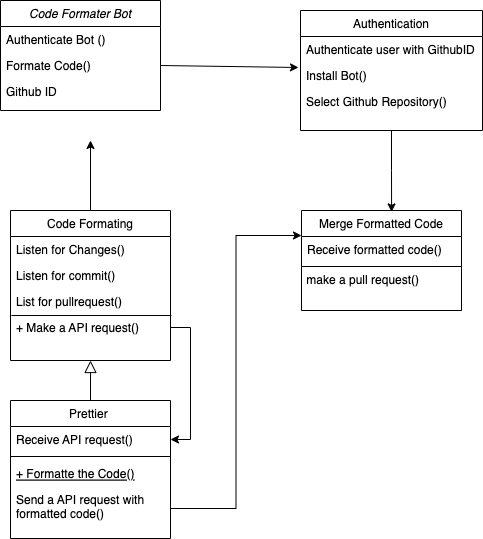
Before: Github_Bot.drawio.png, a diagram exported from draw.io (VikashPR/CodeFormater-Bot). Source tidied: cells renumbered, new cells last; positions are measured from the earlier drawing's top-left corner, leaving out a move shared by most shapes.
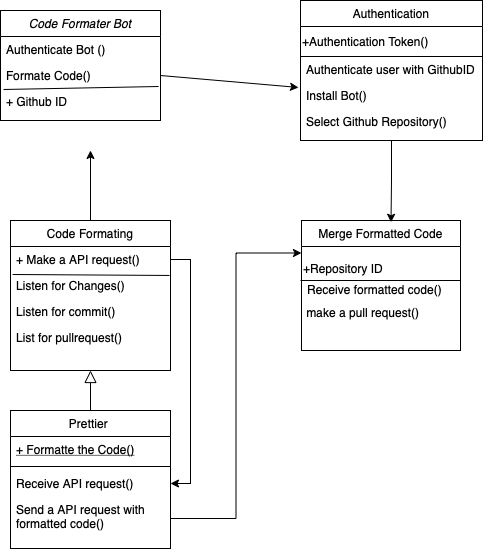
Above is the later version.

What changed in the source:
```diff
@@ -11,21 +11,24 @@
     <mxCell id="4" value="Formate Code()" style="text;align=left;verticalAlign=top;spacingLeft=4;spacingRight=4;overflow=hidden;points=[[0,0.5],[1,0.5]];portConstraint=eastwest;rounded=0;shadow=0;html=0;" parent="2" vertex="1">
       <mxGeometry y="52" width="160" height="26" as="geometry" />
     </mxCell>
-    <mxCell id="5" value="Github ID" style="text;align=left;verticalAlign=top;spacingLeft=4;spacingRight=4;overflow=hidden;points=[[0,0.5],[1,0.5]];portConstraint=eastwest;rounded=0;shadow=0;html=0;" parent="2" vertex="1">
+    <mxCell id="5" value="+ Github ID" style="text;align=left;verticalAlign=top;spacingLeft=4;spacingRight=4;overflow=hidden;points=[[0,0.5],[1,0.5]];portConstraint=eastwest;rounded=0;shadow=0;html=0;" parent="2" vertex="1">
       <mxGeometry y="78" width="160" height="26" as="geometry" />
     </mxCell>
+    <mxCell id="31" style="endArrow=none;html=1;rounded=0;entryX=0.988;entryY=-0.077;entryDx=0;entryDy=0;exitX=0.019;exitY=0.038;exitDx=0;exitDy=0;exitPerimeter=0;entryPerimeter=0;" parent="2" edge="1" source="5" target="5">
+      <mxGeometry relative="1" as="geometry" />
+    </mxCell>
     <mxCell id="6" value="Prettier " style="swimlane;fontStyle=0;align=center;verticalAlign=top;horizontal=1;startSize=26;rounded=0;shadow=0;strokeWidth=1;" parent="1" vertex="1">
       <mxGeometry x="10" y="400" width="160" height="138" as="geometry" />
     </mxCell>
+    <mxCell id="9" value="+ Formatte the Code()" style="text;align=left;verticalAlign=top;spacingLeft=4;spacingRight=4;overflow=hidden;fontStyle=4;" parent="6" vertex="1">
+      <mxGeometry y="26" width="160" height="26" as="geometry" />
+    </mxCell>
+    <mxCell id="8" style="line;html=1;strokeWidth=1;align=left;verticalAlign=middle;spacingTop=-1;spacingLeft=3;spacingRight=3;labelPosition=right;" parent="6" vertex="1">
+      <mxGeometry y="52" width="160" height="8" as="geometry" />
+    </mxCell>
     <mxCell id="7" value="Receive API request()" style="text;align=left;verticalAlign=top;spacingLeft=4;spacingRight=4;overflow=hidden;points=[[0,0.5],[1,0.5]];portConstraint=eastwest;rounded=0;shadow=0;html=0;" parent="6" vertex="1">
-      <mxGeometry y="26" width="160" height="26" as="geometry" />
+      <mxGeometry y="60" width="160" height="26" as="geometry" />
     </mxCell>
-    <mxCell id="8" style="line;html=1;strokeWidth=1;align=left;verticalAlign=middle;spacingTop=-1;spacingLeft=3;spacingRight=3;labelPosition=right;" parent="6" vertex="1">
-      <mxGeometry y="52" width="160" height="8" as="geometry" />
-    </mxCell>
-    <mxCell id="9" value="+ Formatte the Code()" style="text;align=left;verticalAlign=top;spacingLeft=4;spacingRight=4;overflow=hidden;fontStyle=4;" parent="6" vertex="1">
-      <mxGeometry y="60" width="160" height="26" as="geometry" />
-    </mxCell>
     <mxCell id="10" value="Send a API request with &#10;formatted code()" style="text;align=left;verticalAlign=top;spacingLeft=4;spacingRight=4;overflow=hidden;points=[[0,0.5],[1,0.5]];portConstraint=eastwest;" parent="6" vertex="1">
       <mxGeometry y="86" width="160" height="44" as="geometry" />
     </mxCell>
@@ -37,31 +40,45 @@
       </mxGeometry>
     </mxCell>
     <mxCell id="12" value="Merge Formatted Code" style="swimlane;fontStyle=0;align=center;verticalAlign=top;horizontal=1;startSize=26;rounded=0;shadow=0;strokeWidth=1;" parent="1" vertex="1">
-      <mxGeometry x="301" y="210" width="160" height="100" as="geometry" />
+      <mxGeometry x="301" y="210" width="159" height="130" as="geometry" />
     </mxCell>
+    <mxCell id="32" value="&lt;br&gt;+Repository ID&amp;nbsp;" style="text;html=1;align=left;verticalAlign=middle;strokeColor=none;fillColor=none;" parent="12" vertex="1">
+      <mxGeometry y="26" width="159" height="30" as="geometry" />
+    </mxCell>
     <mxCell id="13" value="Receive formatted code()" style="text;align=left;verticalAlign=top;spacingLeft=4;spacingRight=4;overflow=hidden;" parent="12" vertex="1">
-      <mxGeometry y="26" width="160" height="26" as="geometry" />
+      <mxGeometry y="56" width="159" height="26" as="geometry" />
     </mxCell>
-    <mxCell id="14" style="line;html=1;strokeWidth=1;align=left;verticalAlign=middle;spacingTop=-1;spacingLeft=3;spacingRight=3;labelPosition=right;" parent="12" vertex="1">
-      <mxGeometry y="52" width="160" height="8" as="geometry" />
-    </mxCell>
+    <mxCell id="33" style="endArrow=none;html=1;rounded=0;" parent="12" edge="1">
+      <mxGeometry relative="1" as="geometry">
+        <mxPoint x="-1" y="60" as="sourcePoint" />
+        <mxPoint x="159" y="60" as="targetPoint" />
+      </mxGeometry>
+    </mxCell>
     <mxCell id="15" value="&amp;nbsp;make a pull request()" style="text;html=1;align=left;verticalAlign=middle;strokeColor=none;fillColor=none;" parent="12" vertex="1">
-      <mxGeometry y="60" width="160" height="20" as="geometry" />
+      <mxGeometry y="82" width="159" height="20" as="geometry" />
     </mxCell>
     <mxCell id="16" style="edgeStyle=orthogonalEdgeStyle;rounded=0;jettySize=auto;html=1;entryX=0.563;entryY=0.014;entryDx=0;entryDy=0;entryPerimeter=0;" parent="1" edge="1" source="17" target="12">
       <mxGeometry relative="1" as="geometry" />
     </mxCell>
     <mxCell id="17" value="Authentication" style="swimlane;fontStyle=0;align=center;verticalAlign=top;horizontal=1;startSize=26;rounded=0;shadow=0;strokeWidth=1;" parent="1" vertex="1">
-      <mxGeometry x="300" y="10" width="182" height="120" as="geometry" />
+      <mxGeometry x="300" y="-10" width="182" height="140" as="geometry" />
     </mxCell>
+    <mxCell id="34" value="+Authentication Token()" style="text;html=1;strokeColor=none;fillColor=none;align=left;verticalAlign=middle;whiteSpace=wrap;rounded=0;" parent="17" vertex="1">
+      <mxGeometry y="26" width="182" height="30" as="geometry" />
+    </mxCell>
+    <mxCell id="35" style="endArrow=none;html=1;rounded=0;entryX=1;entryY=1;entryDx=0;entryDy=0;exitX=0.019;exitY=0.038;exitDx=0;exitDy=0;exitPerimeter=0;" parent="17" edge="1" target="34">
+      <mxGeometry relative="1" as="geometry">
+        <mxPoint y="56" as="sourcePoint" />
+      </mxGeometry>
+    </mxCell>
     <mxCell id="18" value="Authenticate user with GithubID" style="text;align=left;verticalAlign=top;spacingLeft=4;spacingRight=4;overflow=hidden;points=[[0,0.5],[1,0.5]];portConstraint=eastwest;" parent="17" vertex="1">
-      <mxGeometry y="26" width="182" height="26" as="geometry" />
+      <mxGeometry y="56" width="182" height="26" as="geometry" />
     </mxCell>
     <mxCell id="19" value="Install Bot()" style="text;align=left;verticalAlign=top;spacingLeft=4;spacingRight=4;overflow=hidden;rounded=0;shadow=0;html=0;" parent="17" vertex="1">
-      <mxGeometry y="52" width="182" height="26" as="geometry" />
+      <mxGeometry y="82" width="182" height="26" as="geometry" />
     </mxCell>
     <mxCell id="20" value="Select Github Repository()" style="text;align=left;verticalAlign=top;spacingLeft=4;spacingRight=4;overflow=hidden;rounded=0;shadow=0;html=0;" parent="17" vertex="1">
-      <mxGeometry y="78" width="182" height="26" as="geometry" />
+      <mxGeometry y="108" width="182" height="26" as="geometry" />
     </mxCell>
     <mxCell id="21" style="edgeStyle=orthogonalEdgeStyle;rounded=0;jettySize=auto;html=1;" parent="1" edge="1" source="22">
       <mxGeometry relative="1" as="geometry">
@@ -71,21 +88,21 @@
     <mxCell id="22" value="Code Formating" style="swimlane;fontStyle=0;align=center;verticalAlign=top;horizontal=1;startSize=26;rounded=0;shadow=0;strokeWidth=1;" parent="1" vertex="1">
       <mxGeometry x="10" y="210" width="160" height="150" as="geometry" />
     </mxCell>
+    <mxCell id="27" value="+ Make a API request()" style="text;align=left;verticalAlign=top;spacingLeft=4;spacingRight=4;overflow=hidden;points=[[0,0.5],[1,0.5]];portConstraint=eastwest;fontStyle=0;" parent="22" vertex="1">
+      <mxGeometry y="26" width="160" height="26" as="geometry" />
+    </mxCell>
     <mxCell id="23" value="Listen for Changes()&#10;" style="text;align=left;verticalAlign=top;spacingLeft=4;spacingRight=4;overflow=hidden;points=[[0,0.5],[1,0.5]];portConstraint=eastwest;" parent="22" vertex="1">
-      <mxGeometry y="26" width="160" height="26" as="geometry" />
+      <mxGeometry y="52" width="160" height="26" as="geometry" />
     </mxCell>
     <mxCell id="24" value="Listen for commit()" style="text;align=left;verticalAlign=top;spacingLeft=4;spacingRight=4;overflow=hidden;rounded=0;shadow=0;html=0;" parent="22" vertex="1">
-      <mxGeometry y="52" width="160" height="26" as="geometry" />
+      <mxGeometry y="78" width="160" height="26" as="geometry" />
     </mxCell>
     <mxCell id="25" value="List for pullrequest()" style="text;align=left;verticalAlign=top;spacingLeft=4;spacingRight=4;overflow=hidden;points=[[0,0.5],[1,0.5]];portConstraint=eastwest;fontStyle=0;" parent="22" vertex="1">
-      <mxGeometry y="78" width="160" height="26" as="geometry" />
+      <mxGeometry y="104" width="160" height="26" as="geometry" />
     </mxCell>
-    <mxCell id="26" style="endArrow=none;html=1;rounded=0;entryX=1.006;entryY=1.038;entryDx=0;entryDy=0;entryPerimeter=0;exitX=0.006;exitY=1.038;exitDx=0;exitDy=0;exitPerimeter=0;" parent="22" edge="1" source="25" target="25">
+    <mxCell id="26" style="endArrow=none;html=1;rounded=0;entryX=0.994;entryY=0.115;entryDx=0;entryDy=0;entryPerimeter=0;exitX=0.013;exitY=0.077;exitDx=0;exitDy=0;exitPerimeter=0;" parent="22" edge="1" source="23" target="23">
       <mxGeometry relative="1" as="geometry" />
     </mxCell>
-    <mxCell id="27" value="+ Make a API request()" style="text;align=left;verticalAlign=top;spacingLeft=4;spacingRight=4;overflow=hidden;points=[[0,0.5],[1,0.5]];portConstraint=eastwest;fontStyle=0;" parent="22" vertex="1">
-      <mxGeometry y="104" width="160" height="26" as="geometry" />
-    </mxCell>
     <mxCell id="28" style="endArrow=classic;html=1;rounded=0;exitX=1;exitY=0.5;exitDx=0;exitDy=0;entryX=-0.011;entryY=1.192;entryDx=0;entryDy=0;entryPerimeter=0;" parent="1" edge="1" source="4" target="18">
       <mxGeometry relative="1" as="geometry" />
     </mxCell>
```
